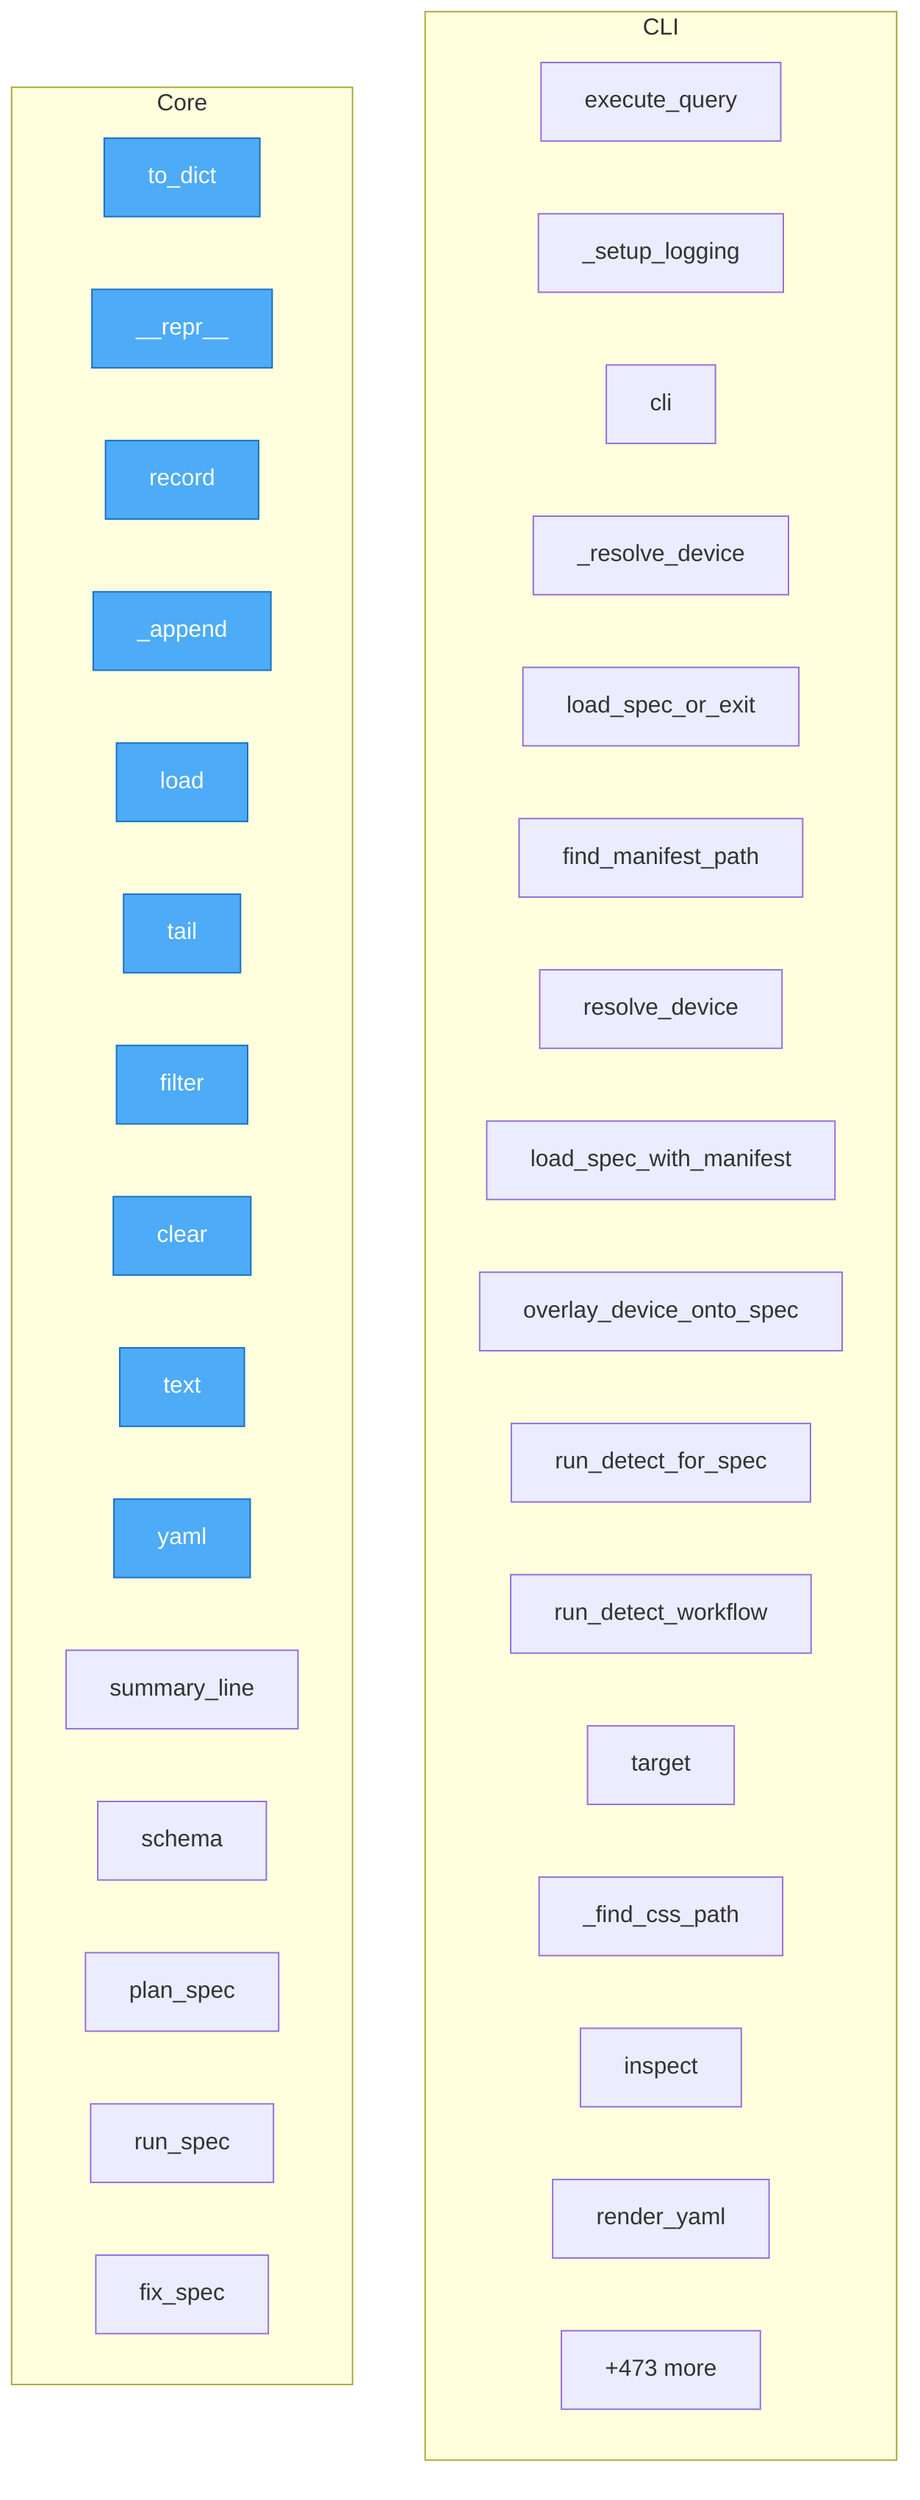
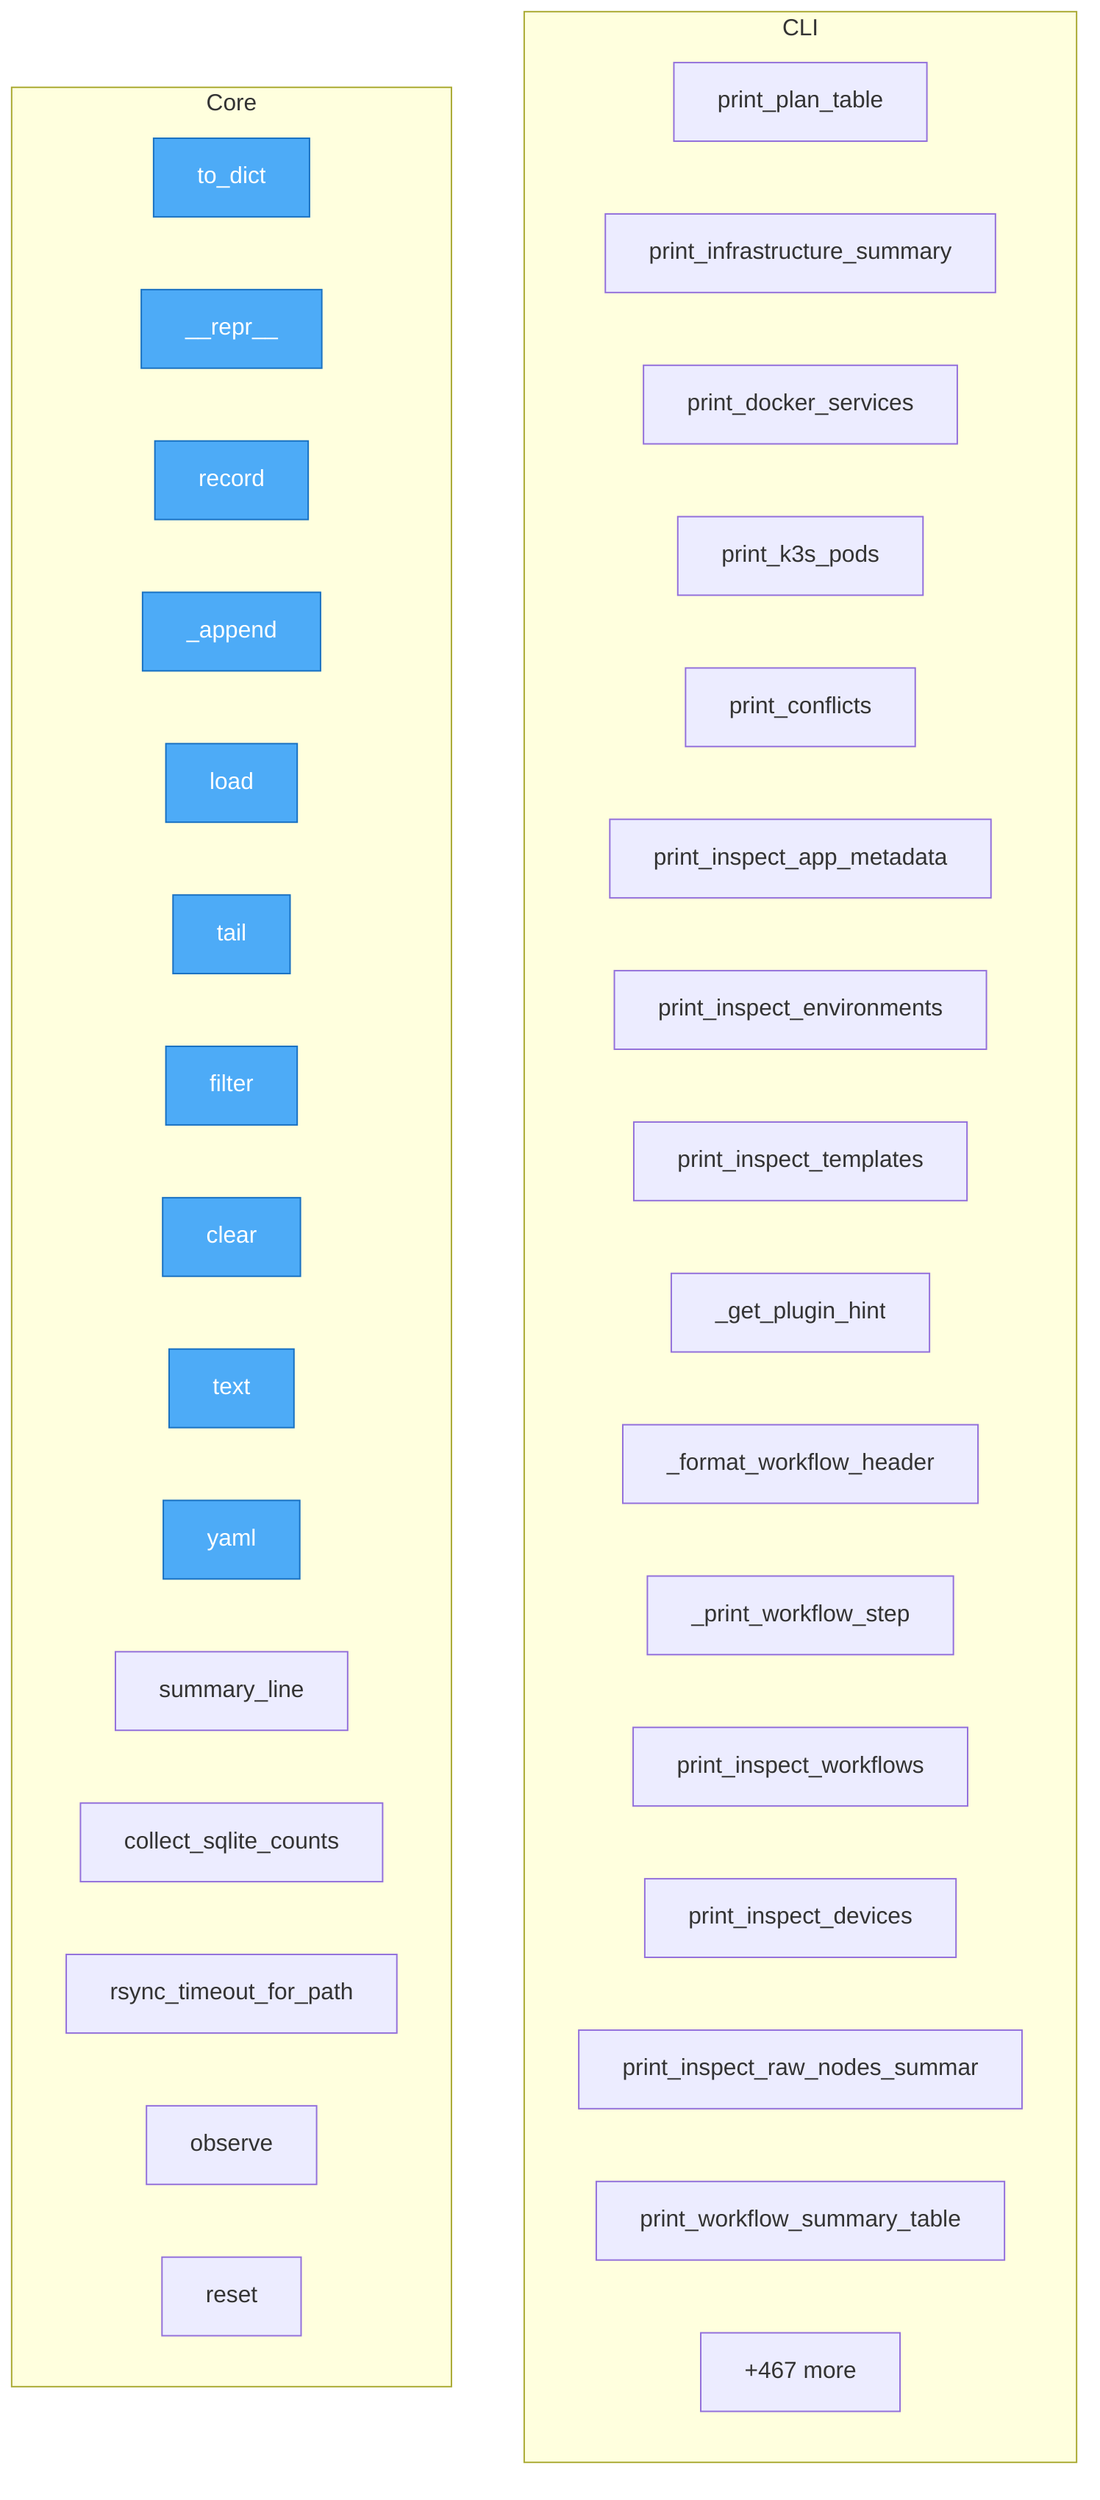
flowchart TD
%% generated in 0.02s

    %% Entry points (blue)
    classDef entry fill:#4dabf7,stroke:#1971c2,color:#fff

    subgraph CLI
-         redeploy__cli__query__execute_query["execute_query"]
-         redeploy__cli___setup_logging["_setup_logging"]
-         redeploy__cli__cli["cli"]
-         redeploy__cli___resolve_device["_resolve_device"]
-         redeploy__cli__core__load_spec_or_exit["load_spec_or_exit"]
-         redeploy__cli__core__find_manifest_path["find_manifest_path"]
-         redeploy__cli__core__resolve_device["resolve_device"]
-         redeploy__cli__core__load_spec_with_manifest["load_spec_with_manifest"]
-         redeploy__cli__core__overlay_device_onto_spec["overlay_device_onto_spec"]
-         redeploy__cli__core__run_detect_for_spec["run_detect_for_spec"]
-         redeploy__cli__core__run_detect_workflow["run_detect_workflow"]
-         redeploy__cli__commands__target__target["target"]
-         redeploy__cli__commands__inspect___find_css_path["_find_css_path"]
-         redeploy__cli__commands__inspect__inspect["inspect"]
-         redeploy__cli__commands__device_map_renderers__render_yaml["render_yaml"]
+         redeploy__cli__display__print_plan_table["print_plan_table"]
+         redeploy__cli__display__print_infrastructure_summary["print_infrastructure_summary"]
+         redeploy__cli__display__print_docker_services["print_docker_services"]
+         redeploy__cli__display__print_k3s_pods["print_k3s_pods"]
+         redeploy__cli__display__print_conflicts["print_conflicts"]
+         redeploy__cli__display__print_inspect_app_metadata["print_inspect_app_metadata"]
+         redeploy__cli__display__print_inspect_environments["print_inspect_environments"]
+         redeploy__cli__display__print_inspect_templates["print_inspect_templates"]
+         redeploy__cli__display___get_plugin_hint["_get_plugin_hint"]
+         redeploy__cli__display___format_workflow_header["_format_workflow_header"]
+         redeploy__cli__display___print_workflow_step["_print_workflow_step"]
+         redeploy__cli__display__print_inspect_workflows["print_inspect_workflows"]
+         redeploy__cli__display__print_inspect_devices["print_inspect_devices"]
+         redeploy__cli__display__print_inspect_raw_nodes_summary["print_inspect_raw_nodes_summar"]
+         redeploy__cli__display__print_workflow_summary_table["print_workflow_summary_table"]
        ...["+197 more"]
    end

    subgraph Core
        redeploy__observe__AuditEntry__to_dict["to_dict"]
        redeploy__observe__AuditEntry____repr__["__repr__"]
        redeploy__observe__DeployAuditLog__record["record"]
        redeploy__observe__DeployAuditLog___append["_append"]
        redeploy__observe__DeployAuditLog__load["load"]
        redeploy__observe__DeployAuditLog__tail["tail"]
        redeploy__observe__DeployAuditLog__filter["filter"]
        redeploy__observe__DeployAuditLog__clear["clear"]
        redeploy__observe__DeployReport__text["text"]
        redeploy__observe__DeployReport__yaml["yaml"]
        redeploy__observe__DeployReport__summary_line["summary_line"]
-         redeploy__mcp_server__schema["schema"]
-         redeploy__mcp_server__plan_spec["plan_spec"]
-         redeploy__mcp_server__run_spec["run_spec"]
-         redeploy__mcp_server__fix_spec["fix_spec"]
-         ...["+473 more"]
+         redeploy__data_sync__collect_sqlite_counts["collect_sqlite_counts"]
+         redeploy__data_sync__rsync_timeout_for_path["rsync_timeout_for_path"]
+         redeploy__heal__HealLoopDetector__observe["observe"]
+         redeploy__heal__HealLoopDetector__reset["reset"]
+         ...["+467 more"]
    end

    class redeploy__observe__AuditEntry__to_dict,redeploy__observe__AuditEntry____repr__,redeploy__observe__DeployAuditLog__record,redeploy__observe__DeployAuditLog___append,redeploy__observe__DeployAuditLog__load,redeploy__observe__DeployAuditLog__tail,redeploy__observe__DeployAuditLog__filter,redeploy__observe__DeployAuditLog__clear,redeploy__observe__DeployReport__text,redeploy__observe__DeployReport__yaml entry
